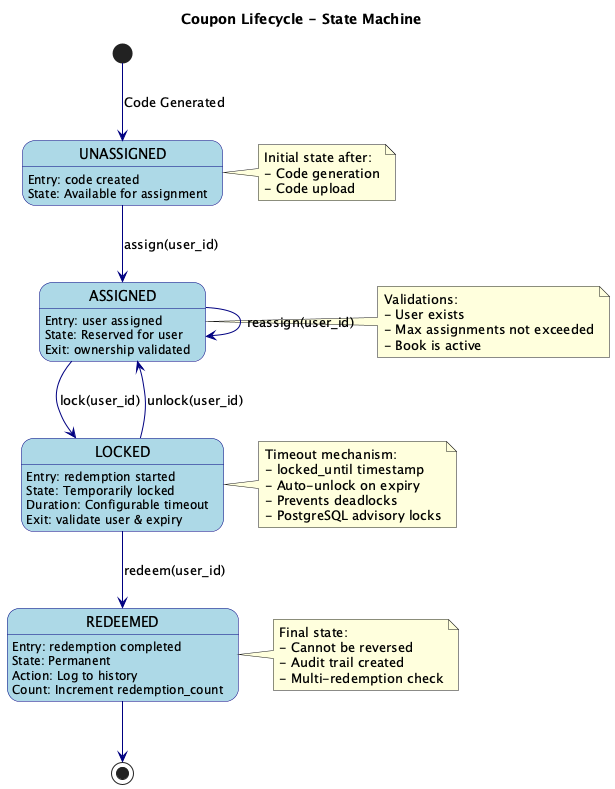
Before: docs/diagrams/exported/png/State-Machine.png, a diagram exported from PlantUML (pepenotti/qurable-tech-challenge). Source of this version:
```plantuml
@startuml State Machine
!define STATE(x) state x

skinparam backgroundColor #FEFEFE
skinparam state {
    BackgroundColor LightBlue
    BorderColor Navy
    ArrowColor Navy
}

title Coupon Lifecycle - State Machine

[*] --> UNASSIGNED : Code Generated

UNASSIGNED --> ASSIGNED : assign(user_id)
UNASSIGNED : Entry: code created
UNASSIGNED : State: Available for assignment

ASSIGNED --> LOCKED : lock(user_id)
ASSIGNED --> ASSIGNED : reassign(user_id)
ASSIGNED : Entry: user assigned
ASSIGNED : State: Reserved for user
ASSIGNED : Exit: ownership validated

LOCKED --> REDEEMED : redeem(user_id)
LOCKED --> ASSIGNED : unlock(user_id)
LOCKED : Entry: redemption started
LOCKED : State: Temporarily locked
LOCKED : Duration: Configurable timeout
LOCKED : Exit: validate user & expiry

REDEEMED --> [*]
REDEEMED : Entry: redemption completed
REDEEMED : State: Permanent
REDEEMED : Action: Log to history
REDEEMED : Count: Increment redemption_count

note right of UNASSIGNED
  Initial state after:
  - Code generation
  - Code upload
end note

note right of ASSIGNED
  Validations:
  - User exists
  - Max assignments not exceeded
  - Book is active
end note

note right of LOCKED
  Timeout mechanism:
  - locked_until timestamp
  - Auto-unlock on expiry
  - Prevents deadlocks
  - PostgreSQL advisory locks
end note

note right of REDEEMED
  Final state:
  - Cannot be reversed
  - Audit trail created
  - Multi-redemption check
end note

@enduml
```
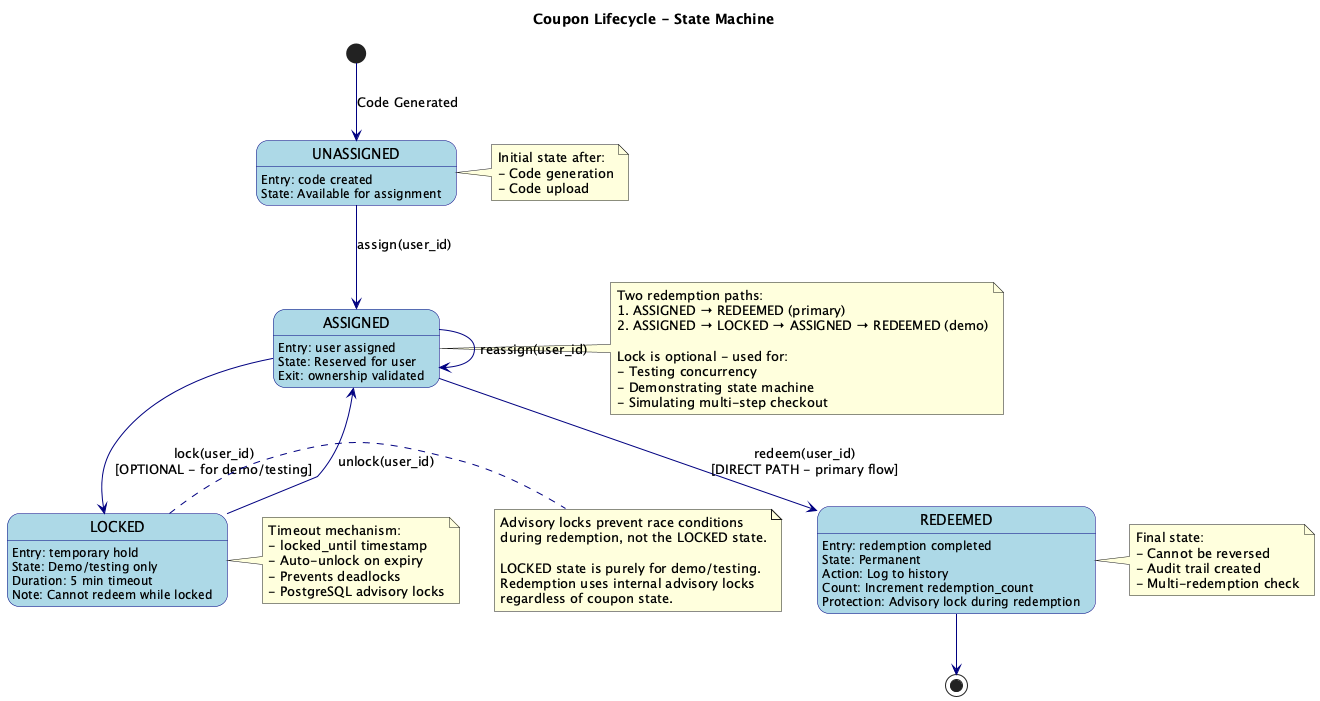
After the change.

What changed in the source:
```diff
@@ -16,24 +16,25 @@
 UNASSIGNED : Entry: code created
 UNASSIGNED : State: Available for assignment
 
-ASSIGNED --> LOCKED : lock(user_id)
+ASSIGNED --> LOCKED : lock(user_id)\n[OPTIONAL - for demo/testing]
+ASSIGNED --> REDEEMED : redeem(user_id)\n[DIRECT PATH - primary flow]
 ASSIGNED --> ASSIGNED : reassign(user_id)
 ASSIGNED : Entry: user assigned
 ASSIGNED : State: Reserved for user
 ASSIGNED : Exit: ownership validated
 
-LOCKED --> REDEEMED : redeem(user_id)
 LOCKED --> ASSIGNED : unlock(user_id)
-LOCKED : Entry: redemption started
-LOCKED : State: Temporarily locked
-LOCKED : Duration: Configurable timeout
-LOCKED : Exit: validate user & expiry
+LOCKED : Entry: temporary hold
+LOCKED : State: Demo/testing only
+LOCKED : Duration: 5 min timeout
+LOCKED : Note: Cannot redeem while locked
 
 REDEEMED --> [*]
 REDEEMED : Entry: redemption completed
 REDEEMED : State: Permanent
 REDEEMED : Action: Log to history
 REDEEMED : Count: Increment redemption_count
+REDEEMED : Protection: Advisory lock during redemption
 
 note right of UNASSIGNED
   Initial state after:
@@ -42,10 +43,23 @@
 end note
 
 note right of ASSIGNED
-  Validations:
-  - User exists
-  - Max assignments not exceeded
-  - Book is active
+  Two redemption paths:
+  1. ASSIGNED → REDEEMED (primary)
+  2. ASSIGNED → LOCKED → ASSIGNED → REDEEMED (demo)
+
+  Lock is optional - used for:
+  - Testing concurrency
+  - Demonstrating state machine
+  - Simulating multi-step checkout
+end note
+
+note right of LOCKED
+  Advisory locks prevent race conditions
+  during redemption, not the LOCKED state.
+
+  LOCKED state is purely for demo/testing.
+  Redemption uses internal advisory locks
+  regardless of coupon state.
 end note
 
 note right of LOCKED
```
